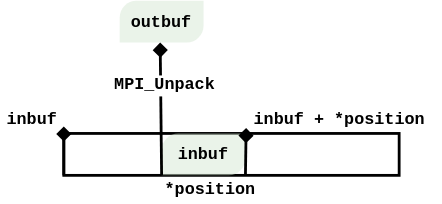
Earlier version of the draw.io export content/img/E01-unpack.svg (ENCCS/intermediate-mpi). Source tidied: cells renumbered, new cells last; positions are measured from the earlier drawing's top-left corner, leaving out a move shared by most shapes.
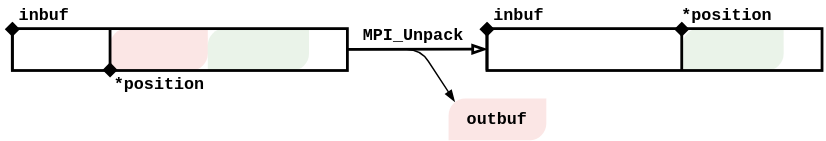
The same file after the commit.

The edit, as a diff of the source:
```diff
@@ -2,46 +2,70 @@
   <root>
     <mxCell id="0" />
     <mxCell id="1" parent="0" />
-    <mxCell id="2" style="rounded=0;whiteSpace=wrap;html=1;strokeWidth=2;fillColor=none;" parent="1" vertex="1">
-      <mxGeometry x="45" y="95" width="240" height="30" as="geometry" />
+    <mxCell id="2" value="&lt;font face=&quot;Courier New&quot;&gt;&lt;b&gt;inbuf&lt;/b&gt;&lt;/font&gt;" style="text;html=1;strokeColor=none;fillColor=none;align=center;verticalAlign=middle;whiteSpace=wrap;rounded=0;" parent="1" vertex="1">
+      <mxGeometry x="372.5" y="350" width="45" height="20" as="geometry" />
     </mxCell>
-    <mxCell id="3" style="verticalLabelPosition=bottom;verticalAlign=top;html=1;shape=mxgraph.basic.diag_round_rect;dx=6;shadow=0;fillColor=#d5e8d4;opacity=50;fontFamily=Helvetica;strokeColor=none;" parent="1" vertex="1">
-      <mxGeometry x="85" width="60" height="30" as="geometry" />
+    <mxCell id="3" value="&lt;font face=&quot;Courier New&quot;&gt;&lt;b&gt;*position&lt;/b&gt;&lt;/font&gt;" style="text;html=1;strokeColor=none;fillColor=none;align=center;verticalAlign=middle;whiteSpace=wrap;rounded=0;" parent="1" vertex="1">
+      <mxGeometry x="512.5" y="350" width="62.5" height="20" as="geometry" />
     </mxCell>
-    <mxCell id="4" style="verticalLabelPosition=bottom;verticalAlign=top;html=1;shape=mxgraph.basic.diag_round_rect;dx=6;shadow=0;fillColor=#d5e8d4;opacity=50;fontFamily=Helvetica;strokeColor=none;" parent="1" vertex="1">
-      <mxGeometry x="115" y="95" width="60" height="30" as="geometry" />
+    <mxCell id="4" style="endArrow=diamond;html=1;strokeColor=#000000;strokeWidth=2;endFill=1;exitX=0;exitY=1;exitDx=0;exitDy=0;entryX=0;entryY=0.75;entryDx=0;entryDy=0;" parent="1" edge="1" source="19" target="2">
+      <mxGeometry relative="1" as="geometry" />
     </mxCell>
-    <mxCell id="5" value="&lt;b&gt;&lt;font face=&quot;Courier New&quot;&gt;inbuf&lt;/font&gt;&lt;/b&gt;" style="text;html=1;strokeColor=none;fillColor=none;align=center;verticalAlign=middle;whiteSpace=wrap;rounded=0;opacity=30;" parent="1" vertex="1">
-      <mxGeometry x="125" y="100" width="40" height="20" as="geometry" />
+    <mxCell id="5" style="endArrow=blockThin;html=1;strokeWidth=2;endFill=0;startArrow=none;startFill=0;" parent="1" edge="1" source="17">
+      <mxGeometry relative="1" as="geometry">
+        <mxPoint x="372.5" y="384.8" as="targetPoint" />
+      </mxGeometry>
     </mxCell>
-    <mxCell id="6" value="&lt;b&gt;&lt;font face=&quot;Courier New&quot;&gt;outbuf&lt;/font&gt;&lt;/b&gt;" style="text;html=1;strokeColor=none;fillColor=none;align=center;verticalAlign=middle;whiteSpace=wrap;rounded=0;opacity=30;" parent="1" vertex="1">
-      <mxGeometry x="95" y="5" width="40" height="20" as="geometry" />
+    <mxCell id="6" value="&lt;font face=&quot;Courier New&quot;&gt;&lt;b&gt;inbuf&lt;/b&gt;&lt;/font&gt;" style="text;html=1;strokeColor=none;fillColor=none;align=center;verticalAlign=middle;whiteSpace=wrap;rounded=0;" parent="1" vertex="1">
+      <mxGeometry x="32.5" y="350" width="45" height="20" as="geometry" />
     </mxCell>
-    <mxCell id="7" value="&lt;font face=&quot;Courier New&quot;&gt;&lt;b&gt;inbuf&lt;/b&gt;&lt;/font&gt;" style="text;html=1;strokeColor=none;fillColor=none;align=center;verticalAlign=middle;whiteSpace=wrap;rounded=0;" parent="1" vertex="1">
-      <mxGeometry y="75" width="45" height="20" as="geometry" />
+    <mxCell id="7" value="&lt;font face=&quot;Courier New&quot;&gt;&lt;b&gt;*position&lt;/b&gt;&lt;/font&gt;" style="text;html=1;strokeColor=none;fillColor=none;align=center;verticalAlign=middle;whiteSpace=wrap;rounded=0;" parent="1" vertex="1">
+      <mxGeometry x="102.5" y="400" width="70" height="20" as="geometry" />
     </mxCell>
-    <mxCell id="8" value="&lt;font face=&quot;Courier New&quot;&gt;&lt;b&gt;*position&lt;/b&gt;&lt;/font&gt;" style="text;html=1;strokeColor=none;fillColor=none;align=center;verticalAlign=middle;whiteSpace=wrap;rounded=0;" parent="1" vertex="1">
-      <mxGeometry x="115" y="125" width="70" height="20" as="geometry" />
+    <mxCell id="8" style="endArrow=diamond;html=1;strokeColor=#000000;strokeWidth=2;endFill=1;exitX=0;exitY=1;exitDx=0;exitDy=0;entryX=0;entryY=0.75;entryDx=0;entryDy=0;" parent="1" edge="1" source="17" target="6">
+      <mxGeometry relative="1" as="geometry" />
     </mxCell>
-    <mxCell id="9" value="&lt;font face=&quot;Courier New&quot;&gt;&lt;b&gt;inbuf + *position&lt;/b&gt;&lt;/font&gt;" style="text;html=1;strokeColor=none;fillColor=none;align=center;verticalAlign=middle;whiteSpace=wrap;rounded=0;" parent="1" vertex="1">
-      <mxGeometry x="170" y="75" width="145" height="20" as="geometry" />
+    <mxCell id="9" style="verticalLabelPosition=bottom;verticalAlign=top;html=1;shape=mxgraph.basic.diag_round_rect;dx=6;shadow=0;fillColor=#f8cecc;opacity=50;fontFamily=Helvetica;strokeColor=none;" parent="1" vertex="1">
+      <mxGeometry x="102.5" y="370" width="70" height="30" as="geometry" />
     </mxCell>
-    <mxCell id="10" style="endArrow=diamond;html=1;strokeColor=#000000;strokeWidth=2;endFill=1;exitX=0;exitY=1;exitDx=0;exitDy=0;entryX=1;entryY=0.75;entryDx=0;entryDy=0;" parent="1" edge="1" source="2" target="7">
-      <mxGeometry relative="1" as="geometry" />
+    <mxCell id="10" style="endArrow=none;html=1;strokeColor=#000000;strokeWidth=2;endFill=0;startArrow=diamond;startFill=1;exitX=0;exitY=0.25;exitDx=0;exitDy=0;" parent="1" edge="1" source="7">
+      <mxGeometry relative="1" as="geometry">
+        <mxPoint x="102.5" y="370" as="targetPoint" />
+      </mxGeometry>
     </mxCell>
-    <mxCell id="11" style="endArrow=diamond;html=1;strokeColor=#000000;strokeWidth=2;endFill=1;entryX=0.377;entryY=-0.127;entryDx=0;entryDy=0;entryPerimeter=0;" parent="1" edge="1">
-      <mxGeometry relative="1" as="geometry">
-        <mxPoint x="175" y="125" as="sourcePoint" />
-        <mxPoint x="175.5" y="91.2" as="targetPoint" />
-      </mxGeometry>
+    <mxCell id="11" value="&lt;font face=&quot;Courier New&quot;&gt;&lt;b&gt;MPI_Unpack&lt;/b&gt;&lt;/font&gt;" style="text;html=1;strokeColor=none;fillColor=none;align=center;verticalAlign=middle;whiteSpace=wrap;rounded=0;" parent="1" vertex="1">
+      <mxGeometry x="285" y="365" width="70" height="20" as="geometry" />
     </mxCell>
-    <mxCell id="12" style="endArrow=none;html=1;strokeWidth=2;endFill=0;startArrow=diamond;startFill=1;entryX=0;entryY=1;entryDx=0;entryDy=0;entryPerimeter=0;" parent="1" edge="1" target="4">
+    <mxCell id="12" style="endArrow=none;html=1;strokeColor=#000000;strokeWidth=1;startArrow=blockThin;startFill=1;endFill=0;entryX=1;entryY=0.5;entryDx=0;entryDy=0;exitX=0.063;exitY=0.077;exitDx=0;exitDy=0;exitPerimeter=0;rounded=1;" parent="1" edge="1" source="13" target="17">
       <mxGeometry relative="1" as="geometry">
-        <mxPoint x="114" y="30" as="sourcePoint" />
+        <Array as="points">
+          <mxPoint x="325" y="385" />
+        </Array>
       </mxGeometry>
     </mxCell>
-    <mxCell id="13" value="&lt;b&gt;&lt;font face=&quot;Courier New&quot; style=&quot;font-size: 12px&quot;&gt;MPI_Unpack&lt;/font&gt;&lt;/b&gt;" style="edgeLabel;html=1;align=center;verticalAlign=middle;points=[];" parent="12" vertex="1">
-      <mxGeometry x="-0.35" y="2" relative="1" as="geometry" />
+    <mxCell id="13" style="verticalLabelPosition=bottom;verticalAlign=top;html=1;shape=mxgraph.basic.diag_round_rect;dx=6;shadow=0;fillColor=#f8cecc;opacity=50;fontFamily=Helvetica;strokeColor=none;" parent="1" vertex="1">
+      <mxGeometry x="345" y="420" width="70" height="30" as="geometry" />
     </mxCell>
+    <mxCell id="14" value="&lt;font face=&quot;Courier New&quot;&gt;&lt;b&gt;outbuf&lt;/b&gt;&lt;/font&gt;" style="text;html=1;strokeColor=none;fillColor=none;align=center;verticalAlign=middle;whiteSpace=wrap;rounded=0;" parent="1" vertex="1">
+      <mxGeometry x="345" y="425" width="70" height="20" as="geometry" />
+    </mxCell>
+    <mxCell id="15" style="verticalLabelPosition=bottom;verticalAlign=top;html=1;shape=mxgraph.basic.diag_round_rect;dx=6;shadow=0;fillColor=#d5e8d4;opacity=50;fontFamily=Helvetica;strokeColor=none;" parent="1" vertex="1">
+      <mxGeometry x="172.5" y="370" width="72.5" height="30" as="geometry" />
+    </mxCell>
+    <mxCell id="16" style="verticalLabelPosition=bottom;verticalAlign=top;html=1;shape=mxgraph.basic.diag_round_rect;dx=6;shadow=0;fillColor=#d5e8d4;opacity=50;fontFamily=Helvetica;strokeColor=none;" parent="1" vertex="1">
+      <mxGeometry x="512.5" y="370" width="72.5" height="30" as="geometry" />
+    </mxCell>
+    <mxCell id="17" style="rounded=0;whiteSpace=wrap;html=1;strokeWidth=2;fillColor=none;" parent="1" vertex="1">
+      <mxGeometry x="32.5" y="370" width="240" height="30" as="geometry" />
+    </mxCell>
+    <mxCell id="18" style="endArrow=diamond;html=1;strokeColor=#000000;strokeWidth=2;endFill=1;startArrow=none;startFill=0;exitX=0;exitY=0.25;exitDx=0;exitDy=0;" parent="1" edge="1">
+      <mxGeometry relative="1" as="geometry">
+        <mxPoint x="512" y="400" as="sourcePoint" />
+        <mxPoint x="512" y="365" as="targetPoint" />
+      </mxGeometry>
+    </mxCell>
+    <mxCell id="19" style="rounded=0;whiteSpace=wrap;html=1;strokeWidth=2;fillColor=none;" parent="1" vertex="1">
+      <mxGeometry x="372.5" y="370" width="240" height="30" as="geometry" />
+    </mxCell>
   </root>
 </mxGraphModel>
```
